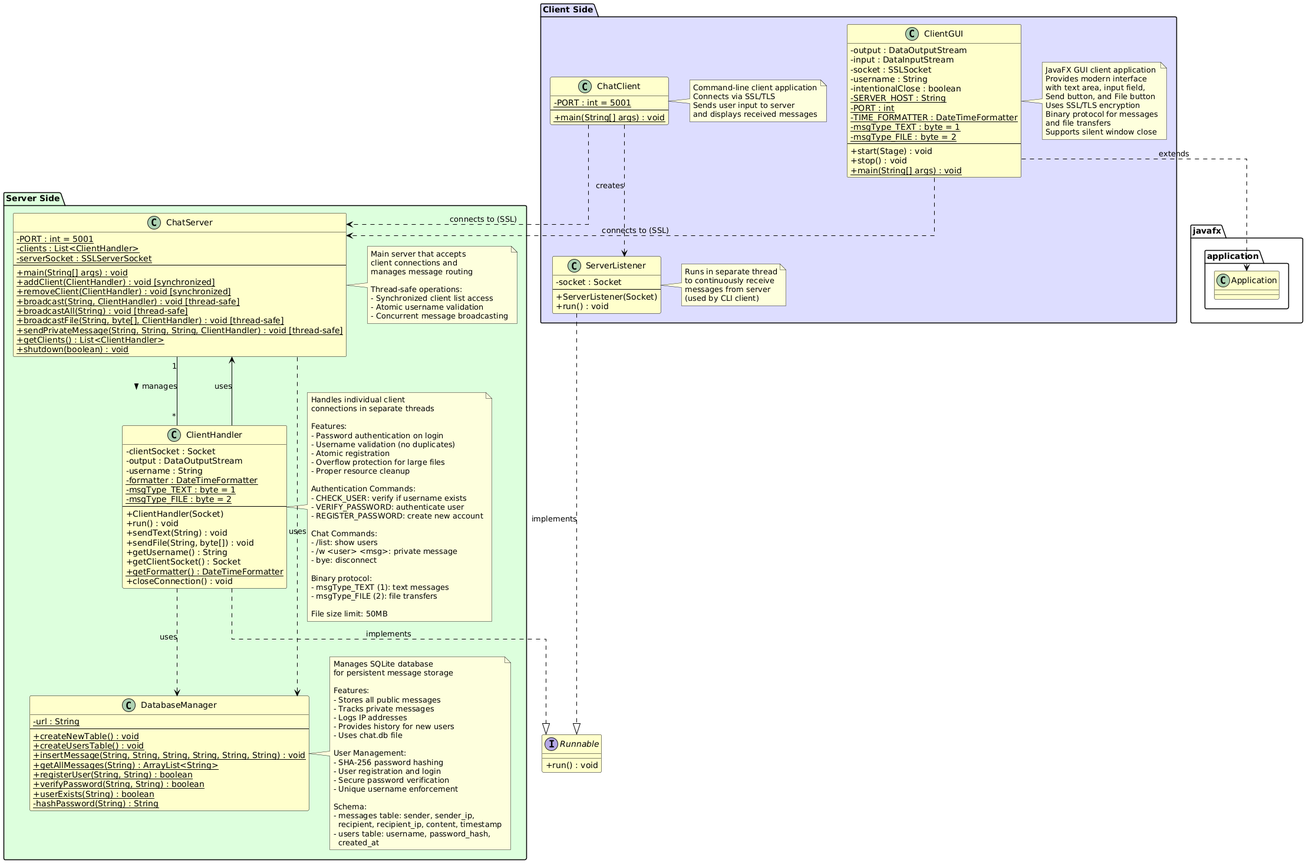
This is diagrams/ChatSystem Class Diagram.png from OmarElmelegy/ChatUp, a PlantUML export, as it was before one commit.
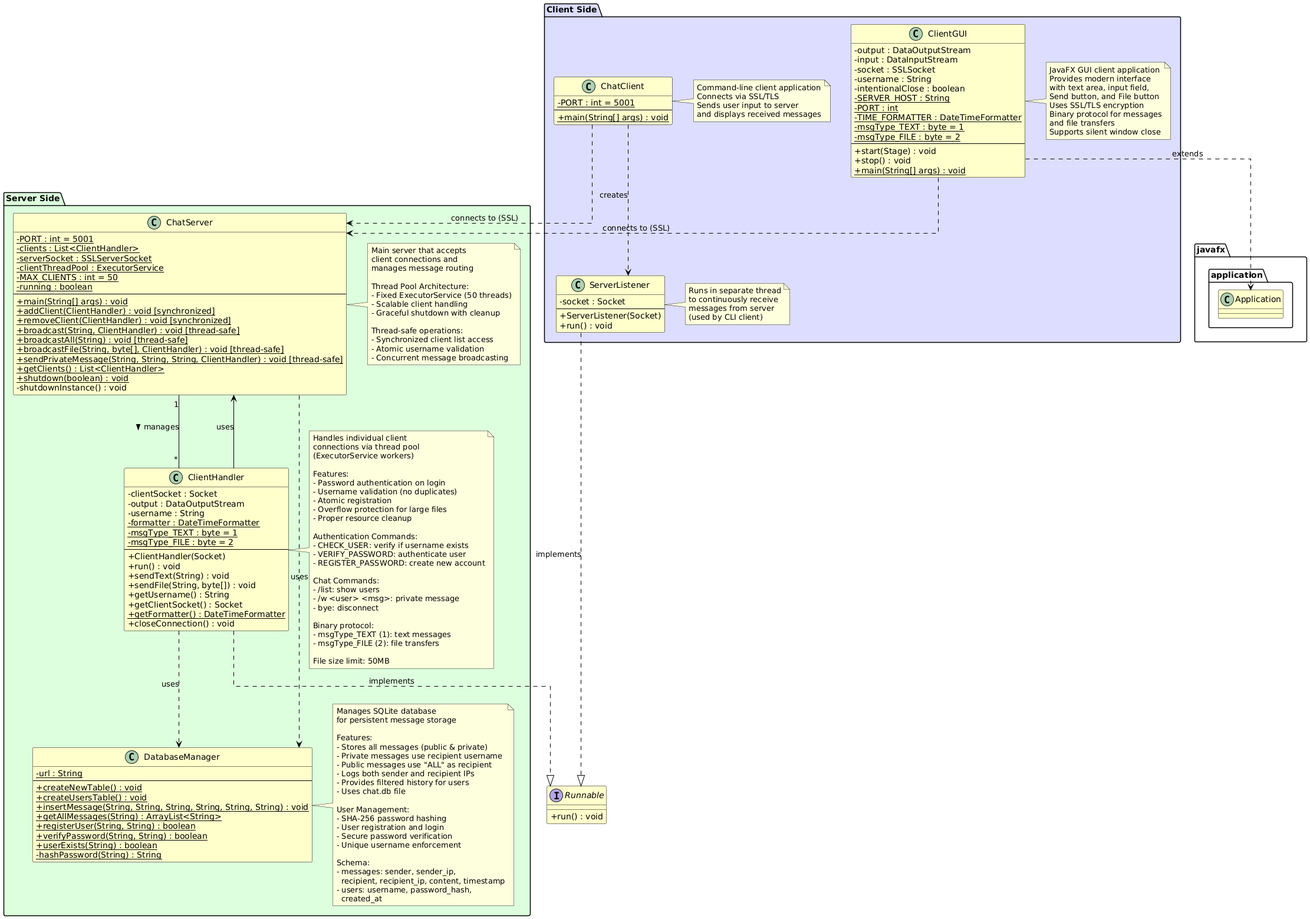
The same diagram one commit later.

Commit message:
small fixes to README and class diagram

Diff of the diagram source:
```diff
@@ -19,6 +19,9 @@
         {static} - PORT : int = 5001
         {static} - clients : List<ClientHandler>
         {static} - serverSocket : SSLServerSocket
+        {static} - clientThreadPool : ExecutorService
+        {static} - MAX_CLIENTS : int = 50
+        {static} - running : boolean
         --
         {static} + main(String[] args) : void
         {static} + addClient(ClientHandler) : void [synchronized]
@@ -29,6 +32,7 @@
         {static} + sendPrivateMessage(String, String, String, ClientHandler) : void [thread-safe]
         {static} + getClients() : List<ClientHandler>
         {static} + shutdown(boolean) : void
+        - shutdownInstance() : void
     }
 
     class ClientHandler {
@@ -67,6 +71,11 @@
       client connections and
       manages message routing
 
+      Thread Pool Architecture:
+      - Fixed ExecutorService (50 threads)
+      - Scalable client handling
+      - Graceful shutdown with cleanup
+
       Thread-safe operations:
       - Synchronized client list access
       - Atomic username validation
@@ -75,7 +84,8 @@
 
     note right of ClientHandler
       Handles individual client
-      connections in separate threads
+      connections via thread pool
+      (ExecutorService workers)
 
       Features:
       - Password authentication on login
@@ -106,10 +116,11 @@
       for persistent message storage
 
       Features:
-      - Stores all public messages
-      - Tracks private messages
-      - Logs IP addresses
-      - Provides history for new users
+      - Stores all messages (public & private)
+      - Private messages use recipient username
+      - Public messages use "ALL" as recipient
+      - Logs both sender and recipient IPs
+      - Provides filtered history for users
       - Uses chat.db file
 
       User Management:
@@ -119,9 +130,9 @@
       - Unique username enforcement
 
       Schema:
-      - messages table: sender, sender_ip,
+      - messages: sender, sender_ip,
         recipient, recipient_ip, content, timestamp
-      - users table: username, password_hash,
+      - users: username, password_hash,
         created_at
     end note
 }
```
